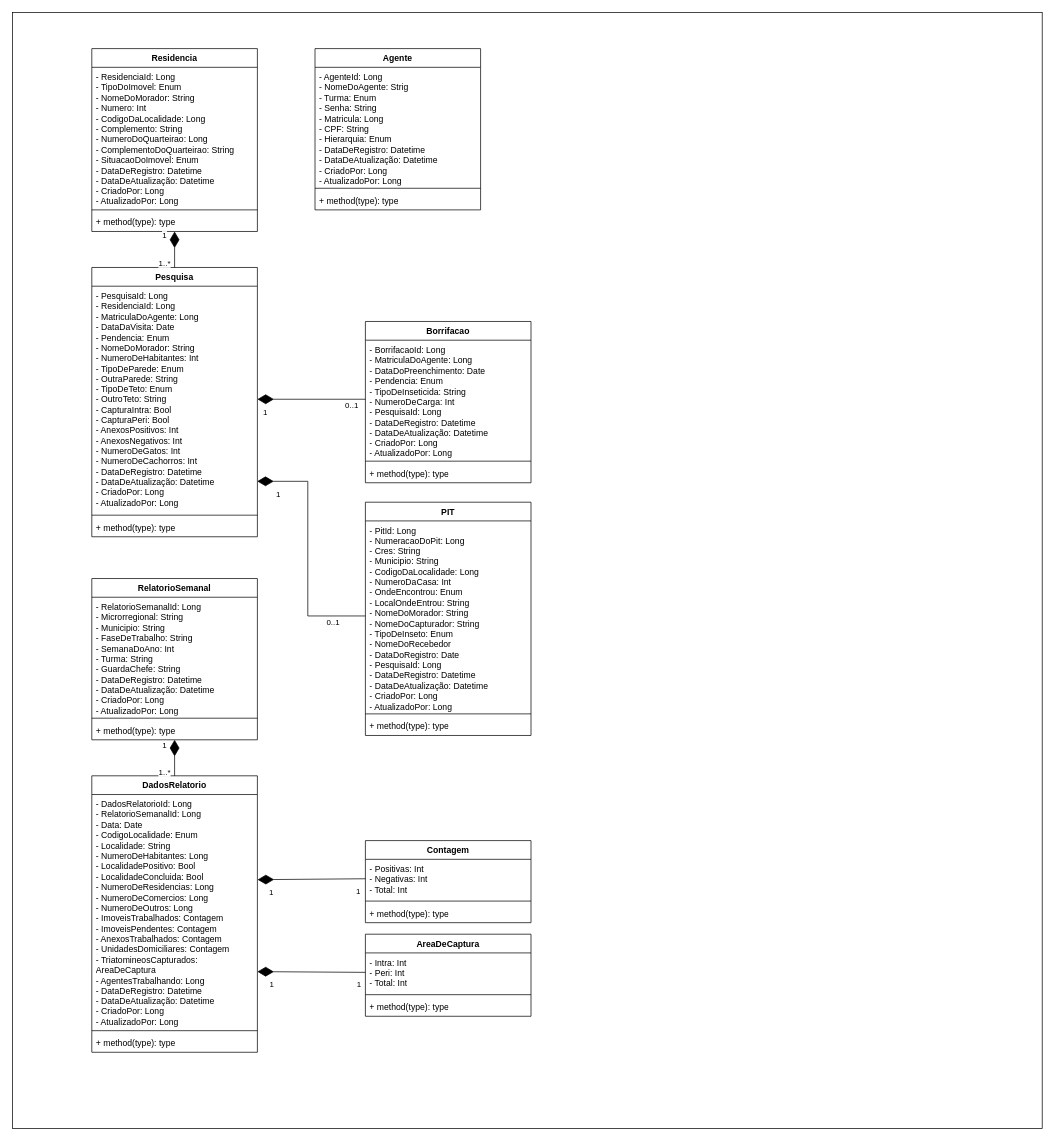
Above: Diagrama de classes.drawio in Fconeto/P.I-3 (draw.io), before the change. Source tidied: cells renumbered, new cells numbered last; positions are measured from the earlier drawing's top-left corner, leaving out a move shared by most shapes. Both pictures are drawn from the tidied source at 72%, with x=0, y=0 at pixel (12, 12).
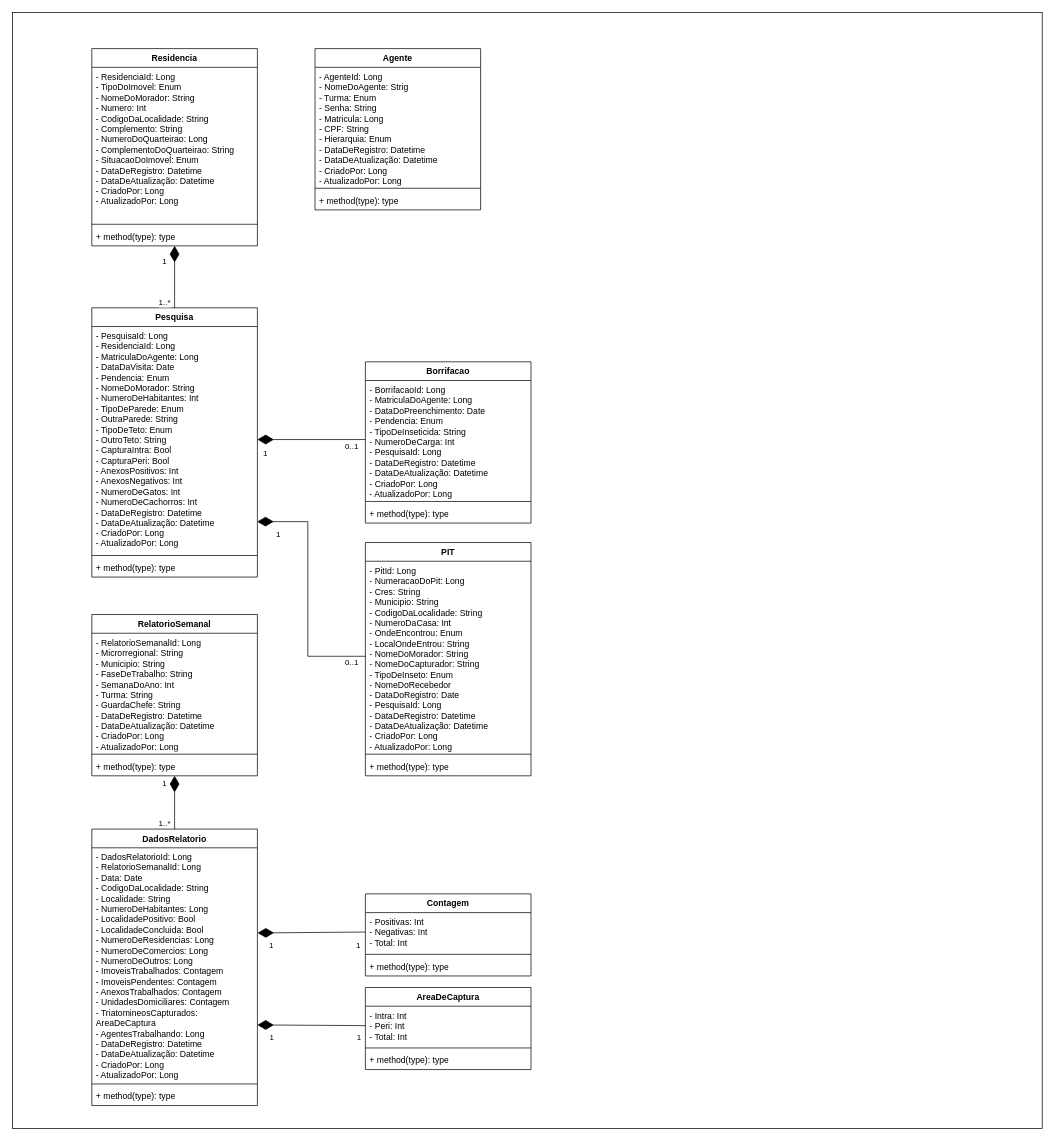
Above is the later version.

Unchanged cells that the change refers to:
```xml
<mxCell id="16" value="&lt;div&gt;- PesquisaId: Long&lt;/div&gt;&lt;div&gt;- ResidenciaId: Long&lt;/div&gt;&lt;div&gt;- MatriculaDoAgente: Long&lt;/div&gt;&lt;div&gt;- DataDaVisita: Date&lt;/div&gt;&lt;div&gt;&lt;span style=&quot;background-color: transparent; color: light-dark(rgb(0, 0, 0), rgb(255, 255, 255));&quot;&gt;- Pendencia: Enum&lt;/span&gt;&lt;/div&gt;&lt;div&gt;- NomeDoMorador: String&lt;/div&gt;&lt;div&gt;- NumeroDeHabitantes: Int&lt;/div&gt;&lt;div&gt;- TipoDeParede: Enum&lt;/div&gt;&lt;div&gt;- OutraParede: String&lt;/div&gt;&lt;div&gt;- TipoDeTeto: Enum&lt;/div&gt;&lt;div&gt;- OutroTeto: String&lt;/div&gt;&lt;div&gt;- CapturaIntra: Bool&lt;/div&gt;&lt;div&gt;- CapturaPeri: Bool&lt;/div&gt;&lt;div&gt;- AnexosPositivos: Int&lt;/div&gt;&lt;div&gt;- AnexosNegativos: Int&lt;/div&gt;&lt;div&gt;- NumeroDeGatos: Int&lt;/div&gt;&lt;div&gt;- NumeroDeCachorros: Int&lt;/div&gt;&lt;div&gt;&lt;div&gt;- DataDeRegistro: Datetime&lt;/div&gt;&lt;div&gt;- DataDeAtualização: Datetime&lt;/div&gt;&lt;div&gt;- CriadoPor: Long&lt;/div&gt;&lt;div&gt;- AtualizadoPor: Long&lt;/div&gt;&lt;/div&gt;" style="text;strokeColor=none;fillColor=none;align=left;verticalAlign=top;spacingLeft=4;spacingRight=4;overflow=hidden;points=[[0,0.5],[1,0.5]];portConstraint=eastwest;whiteSpace=wrap;html=1;" parent="15" vertex="1">
  <mxGeometry y="26" width="230" height="314" as="geometry" />
</mxCell>
<mxCell id="36" value="- Intra: Int&lt;div&gt;- Peri: Int&lt;/div&gt;&lt;div&gt;- Total: Int&lt;/div&gt;" style="text;strokeColor=none;fillColor=none;align=left;verticalAlign=top;spacingLeft=4;spacingRight=4;overflow=hidden;points=[[0,0.5],[1,0.5]];portConstraint=eastwest;whiteSpace=wrap;html=1;" parent="35" vertex="1">
  <mxGeometry y="26" width="230" height="54" as="geometry" />
</mxCell>
<mxCell id="39" style="endArrow=diamondThin;html=1;rounded=0;exitX=0.5;exitY=0;exitDx=0;exitDy=0;endFill=1;endSize=20;" parent="1" edge="1" source="15" target="3">
  <mxGeometry relative="1" as="geometry" />
</mxCell>
```

Diff of the diagram source:
```diff
@@
     <mxCell id="3" value="Residencia" style="swimlane;fontStyle=1;align=center;verticalAlign=top;horizontal=1;startSize=26;whiteSpace=wrap;html=1;" parent="1" vertex="1">
-      <mxGeometry x="110" y="50" width="230" height="254" as="geometry" />
+      <mxGeometry x="110" y="50" width="230" height="274" as="geometry" />
     </mxCell>
-    <mxCell id="4" value="&lt;div&gt;- ResidenciaId: Long&lt;/div&gt;- TipoDoImovel: Enum&lt;div&gt;- NomeDoMorador: String&lt;/div&gt;&lt;div&gt;- Numero: Int&lt;/div&gt;&lt;div&gt;- CodigoDaLocalidade: Long&lt;/div&gt;&lt;div&gt;- Complemento: String&lt;/div&gt;&lt;div&gt;- NumeroDoQuarteirao: Long&lt;/div&gt;&lt;div&gt;- ComplementoDoQuarteirao: String&lt;/div&gt;&lt;div&gt;- SituacaoDoImovel: Enum&lt;/div&gt;&lt;div&gt;- DataDeRegistro: Datetime&lt;/div&gt;&lt;div&gt;- DataDeAtualização: Datetime&lt;/div&gt;&lt;div&gt;- CriadoPor: Long&lt;/div&gt;&lt;div&gt;- AtualizadoPor: Long&lt;/div&gt;&lt;div&gt;&lt;br&gt;&lt;/div&gt;" style="text;strokeColor=none;fillColor=none;align=left;verticalAlign=top;spacingLeft=4;spacingRight=4;overflow=hidden;whiteSpace=wrap;html=1;" parent="3" vertex="1">
-      <mxGeometry y="26" width="230" height="194" as="geometry" />
+    <mxCell id="4" value="&lt;div&gt;- ResidenciaId: Long&lt;/div&gt;- TipoDoImovel: Enum&lt;div&gt;- NomeDoMorador: String&lt;/div&gt;&lt;div&gt;- Numero: Int&lt;/div&gt;&lt;div&gt;- CodigoDaLocalidade: String&lt;/div&gt;&lt;div&gt;- Complemento: String&lt;/div&gt;&lt;div&gt;- NumeroDoQuarteirao: Long&lt;/div&gt;&lt;div&gt;- ComplementoDoQuarteirao: String&lt;/div&gt;&lt;div&gt;- SituacaoDoImovel: Enum&lt;/div&gt;&lt;div&gt;- DataDeRegistro: Datetime&lt;/div&gt;&lt;div&gt;- DataDeAtualização: Datetime&lt;/div&gt;&lt;div&gt;- CriadoPor: Long&lt;/div&gt;&lt;div&gt;- AtualizadoPor: Long&lt;/div&gt;&lt;div&gt;&lt;br&gt;&lt;/div&gt;" style="text;strokeColor=none;fillColor=none;align=left;verticalAlign=top;spacingLeft=4;spacingRight=4;overflow=hidden;whiteSpace=wrap;html=1;" parent="3" vertex="1">
+      <mxGeometry y="26" width="230" height="214" as="geometry" />
     </mxCell>
     <mxCell id="5" style="line;strokeWidth=1;fillColor=none;align=left;verticalAlign=middle;spacingTop=-1;spacingLeft=3;spacingRight=3;labelPosition=right;strokeColor=inherit;" parent="3" vertex="1">
-      <mxGeometry y="220" width="230" height="8" as="geometry" />
+      <mxGeometry y="240" width="230" height="8" as="geometry" />
     </mxCell>
     <mxCell id="6" value="+ method(type): type" style="text;strokeColor=none;fillColor=none;align=left;verticalAlign=top;spacingLeft=4;spacingRight=4;overflow=hidden;whiteSpace=wrap;html=1;" parent="3" vertex="1">
-      <mxGeometry y="228" width="230" height="26" as="geometry" />
+      <mxGeometry y="248" width="230" height="26" as="geometry" />
     </mxCell>
@@
     <mxCell id="11" value="Borrifacao" style="swimlane;fontStyle=1;align=center;verticalAlign=top;horizontal=1;startSize=26;whiteSpace=wrap;html=1;" parent="1" vertex="1">
-      <mxGeometry x="490" y="429" width="230" height="224" as="geometry" />
+      <mxGeometry x="490" y="485" width="230" height="224" as="geometry" />
     </mxCell>
@@
     <mxCell id="15" value="Pesquisa" style="swimlane;fontStyle=1;align=center;verticalAlign=top;horizontal=1;startSize=26;whiteSpace=wrap;html=1;" parent="1" vertex="1">
-      <mxGeometry x="110" y="354" width="230" height="374" as="geometry" />
+      <mxGeometry x="110" y="410" width="230" height="374" as="geometry" />
     </mxCell>
@@
     <mxCell id="19" value="RelatorioSemanal" style="swimlane;fontStyle=1;align=center;verticalAlign=top;horizontal=1;startSize=26;whiteSpace=wrap;html=1;" parent="1" vertex="1">
-      <mxGeometry x="110" y="786" width="230" height="224" as="geometry" />
+      <mxGeometry x="110" y="836" width="230" height="224" as="geometry" />
     </mxCell>
@@
     <mxCell id="23" value="DadosRelatorio" style="swimlane;fontStyle=1;align=center;verticalAlign=top;horizontal=1;startSize=26;whiteSpace=wrap;html=1;" parent="1" vertex="1">
-      <mxGeometry x="110" y="1060" width="230" height="384" as="geometry" />
+      <mxGeometry x="110" y="1134" width="230" height="384" as="geometry" />
     </mxCell>
-    <mxCell id="24" value="&lt;div&gt;- DadosRelatorioId: Long&lt;/div&gt;&lt;div&gt;- RelatorioSemanalId: Long&lt;/div&gt;&lt;div&gt;- Data: Date&lt;/div&gt;&lt;div&gt;- CodigoLocalidade: Enum&lt;/div&gt;&lt;div&gt;- Localidade: String&lt;/div&gt;&lt;div&gt;- NumeroDeHabitantes: Long&lt;/div&gt;&lt;div&gt;- LocalidadePositivo: Bool&lt;/div&gt;&lt;div&gt;- LocalidadeConcluida: Bool&lt;/div&gt;&lt;div&gt;- NumeroDeResidencias: Long&lt;/div&gt;&lt;div&gt;- NumeroDeComercios: Long&lt;/div&gt;&lt;div&gt;- NumeroDeOutros: Long&lt;/div&gt;&lt;div&gt;- ImoveisTrabalhados: Contagem&lt;/div&gt;&lt;div&gt;- ImoveisPendentes: Contagem&lt;/div&gt;&lt;div&gt;- AnexosTrabalhados: Contagem&lt;/div&gt;&lt;div&gt;- UnidadesDomiciliares: Contagem&lt;/div&gt;&lt;div&gt;- TriatomineosCapturados: AreaDeCaptura&lt;/div&gt;&lt;div&gt;- AgentesTrabalhando: Long&lt;/div&gt;&lt;div&gt;&lt;div&gt;- DataDeRegistro: Datetime&lt;/div&gt;&lt;div&gt;- DataDeAtualização: Datetime&lt;/div&gt;&lt;div&gt;- CriadoPor: Long&lt;/div&gt;&lt;div&gt;- AtualizadoPor: Long&lt;/div&gt;&lt;/div&gt;" style="text;strokeColor=none;fillColor=none;align=left;verticalAlign=top;spacingLeft=4;spacingRight=4;overflow=hidden;points=[[0,0.5],[1,0.5]];portConstraint=eastwest;whiteSpace=wrap;html=1;" parent="23" vertex="1">
+    <mxCell id="24" value="&lt;div&gt;- DadosRelatorioId: Long&lt;/div&gt;&lt;div&gt;- RelatorioSemanalId: Long&lt;/div&gt;&lt;div&gt;- Data: Date&lt;/div&gt;&lt;div&gt;- CodigoDaLocalidade: String&lt;/div&gt;&lt;div&gt;- Localidade: String&lt;/div&gt;&lt;div&gt;- NumeroDeHabitantes: Long&lt;/div&gt;&lt;div&gt;- LocalidadePositivo: Bool&lt;/div&gt;&lt;div&gt;- LocalidadeConcluida: Bool&lt;/div&gt;&lt;div&gt;- NumeroDeResidencias: Long&lt;/div&gt;&lt;div&gt;- NumeroDeComercios: Long&lt;/div&gt;&lt;div&gt;- NumeroDeOutros: Long&lt;/div&gt;&lt;div&gt;- ImoveisTrabalhados: Contagem&lt;/div&gt;&lt;div&gt;- ImoveisPendentes: Contagem&lt;/div&gt;&lt;div&gt;- AnexosTrabalhados: Contagem&lt;/div&gt;&lt;div&gt;- UnidadesDomiciliares: Contagem&lt;/div&gt;&lt;div&gt;- TriatomineosCapturados: AreaDeCaptura&lt;/div&gt;&lt;div&gt;- AgentesTrabalhando: Long&lt;/div&gt;&lt;div&gt;&lt;div&gt;- DataDeRegistro: Datetime&lt;/div&gt;&lt;div&gt;- DataDeAtualização: Datetime&lt;/div&gt;&lt;div&gt;- CriadoPor: Long&lt;/div&gt;&lt;div&gt;- AtualizadoPor: Long&lt;/div&gt;&lt;/div&gt;" style="text;strokeColor=none;fillColor=none;align=left;verticalAlign=top;spacingLeft=4;spacingRight=4;overflow=hidden;points=[[0,0.5],[1,0.5]];portConstraint=eastwest;whiteSpace=wrap;html=1;" parent="23" vertex="1">
       <mxGeometry y="26" width="230" height="324" as="geometry" />
     </mxCell>
@@
     <mxCell id="27" value="PIT" style="swimlane;fontStyle=1;align=center;verticalAlign=top;horizontal=1;startSize=26;whiteSpace=wrap;html=1;" parent="1" vertex="1">
-      <mxGeometry x="490" y="680" width="230" height="324" as="geometry" />
+      <mxGeometry x="490" y="736" width="230" height="324" as="geometry" />
     </mxCell>
-    <mxCell id="28" value="&lt;div&gt;- PitId: Long&lt;/div&gt;&lt;div&gt;- NumeracaoDoPit: Long&lt;/div&gt;&lt;div&gt;- Cres: String&lt;/div&gt;&lt;div&gt;- Municipio: String&lt;/div&gt;&lt;div&gt;-&amp;nbsp;&lt;span style=&quot;background-color: transparent; color: light-dark(rgb(0, 0, 0), rgb(255, 255, 255));&quot;&gt;CodigoDaLocalidade: Long&lt;/span&gt;&lt;/div&gt;&lt;div&gt;- NumeroDaCasa: Int&lt;/div&gt;&lt;div&gt;- OndeEncontrou: Enum&lt;/div&gt;&lt;div&gt;- LocalOndeEntrou: String&lt;/div&gt;&lt;div&gt;- NomeDoMorador: String&lt;/div&gt;&lt;div&gt;- NomeDoCapturador: String&lt;/div&gt;&lt;div&gt;- TipoDeInseto: Enum&lt;/div&gt;&lt;div&gt;- NomeDoRecebedor&lt;/div&gt;&lt;div&gt;- DataDoRegistro: Date&lt;/div&gt;&lt;div&gt;- PesquisaId: Long&lt;/div&gt;&lt;div&gt;&lt;div&gt;- DataDeRegistro: Datetime&lt;/div&gt;&lt;div&gt;- DataDeAtualização: Datetime&lt;/div&gt;&lt;div&gt;- CriadoPor: Long&lt;/div&gt;&lt;div&gt;- AtualizadoPor: Long&lt;/div&gt;&lt;/div&gt;" style="text;strokeColor=none;fillColor=none;align=left;verticalAlign=top;spacingLeft=4;spacingRight=4;overflow=hidden;points=[[0,0.5],[1,0.5]];portConstraint=eastwest;whiteSpace=wrap;html=1;" parent="27" vertex="1">
+    <mxCell id="28" value="&lt;div&gt;- PitId: Long&lt;/div&gt;&lt;div&gt;- NumeracaoDoPit: Long&lt;/div&gt;&lt;div&gt;- Cres: String&lt;/div&gt;&lt;div&gt;- Municipio: String&lt;/div&gt;&lt;div&gt;-&amp;nbsp;&lt;span style=&quot;background-color: transparent; color: light-dark(rgb(0, 0, 0), rgb(255, 255, 255));&quot;&gt;CodigoDaLocalidade: String&lt;/span&gt;&lt;/div&gt;&lt;div&gt;- NumeroDaCasa: Int&lt;/div&gt;&lt;div&gt;- OndeEncontrou: Enum&lt;/div&gt;&lt;div&gt;- LocalOndeEntrou: String&lt;/div&gt;&lt;div&gt;- NomeDoMorador: String&lt;/div&gt;&lt;div&gt;- NomeDoCapturador: String&lt;/div&gt;&lt;div&gt;- TipoDeInseto: Enum&lt;/div&gt;&lt;div&gt;- NomeDoRecebedor&lt;/div&gt;&lt;div&gt;- DataDoRegistro: Date&lt;/div&gt;&lt;div&gt;- PesquisaId: Long&lt;/div&gt;&lt;div&gt;&lt;div&gt;- DataDeRegistro: Datetime&lt;/div&gt;&lt;div&gt;- DataDeAtualização: Datetime&lt;/div&gt;&lt;div&gt;- CriadoPor: Long&lt;/div&gt;&lt;div&gt;- AtualizadoPor: Long&lt;/div&gt;&lt;/div&gt;" style="text;strokeColor=none;fillColor=none;align=left;verticalAlign=top;spacingLeft=4;spacingRight=4;overflow=hidden;points=[[0,0.5],[1,0.5]];portConstraint=eastwest;whiteSpace=wrap;html=1;" parent="27" vertex="1">
       <mxGeometry y="26" width="230" height="264" as="geometry" />
     </mxCell>
@@
     <mxCell id="31" value="Contagem" style="swimlane;fontStyle=1;align=center;verticalAlign=top;horizontal=1;startSize=26;whiteSpace=wrap;html=1;" parent="1" vertex="1">
-      <mxGeometry x="490" y="1150" width="230" height="114" as="geometry" />
+      <mxGeometry x="490" y="1224" width="230" height="114" as="geometry" />
     </mxCell>
@@
     <mxCell id="35" value="AreaDeCaptura" style="swimlane;fontStyle=1;align=center;verticalAlign=top;horizontal=1;startSize=26;whiteSpace=wrap;html=1;" parent="1" vertex="1">
-      <mxGeometry x="490" y="1280" width="230" height="114" as="geometry" />
+      <mxGeometry x="490" y="1354" width="230" height="114" as="geometry" />
     </mxCell>
@@
     <mxCell id="40" value="1" style="edgeLabel;html=1;align=center;verticalAlign=middle;" parent="39" vertex="1">
       <mxGeometry x="0.79" y="2" relative="1" as="geometry">
-        <mxPoint x="-13" as="offset" />
+        <mxPoint x="-13" y="11" as="offset" />
       </mxGeometry>
     </mxCell>
     <mxCell id="41" value="1..*" style="edgeLabel;html=1;align=center;verticalAlign=middle;" parent="39" vertex="1">
       <mxGeometry x="-0.73" y="-1" relative="1" as="geometry">
-        <mxPoint x="-16" as="offset" />
+        <mxPoint x="-16" y="4" as="offset" />
       </mxGeometry>
     </mxCell>
@@
     <mxCell id="45" style="endArrow=diamondThin;html=1;rounded=0;exitX=0;exitY=0.5;exitDx=0;exitDy=0;endFill=1;endSize=20;entryX=0.999;entryY=0.863;entryDx=0;entryDy=0;entryPerimeter=0;" parent="1" edge="1" source="28" target="16">
       <mxGeometry relative="1" as="geometry">
         <Array as="points">
-          <mxPoint x="410" y="838" />
-          <mxPoint x="410" y="651" />
+          <mxPoint x="410" y="894" />
+          <mxPoint x="410" y="707" />
         </Array>
       </mxGeometry>
     </mxCell>
@@
     <mxCell id="47" value="0..1" style="edgeLabel;html=1;align=center;verticalAlign=middle;" parent="45" vertex="1">
       <mxGeometry x="-0.73" y="-1" relative="1" as="geometry">
-        <mxPoint y="9" as="offset" />
+        <mxPoint x="26" y="9" as="offset" />
       </mxGeometry>
     </mxCell>
@@
     <mxCell id="54" style="endArrow=diamondThin;html=1;rounded=0;endSize=20;endFill=1;exitX=0;exitY=0.5;exitDx=0;exitDy=0;" parent="1" edge="1" source="36">
       <mxGeometry relative="1" as="geometry">
-        <mxPoint x="340" y="1332" as="targetPoint" />
+        <mxPoint x="340" y="1406" as="targetPoint" />
       </mxGeometry>
     </mxCell>
```
